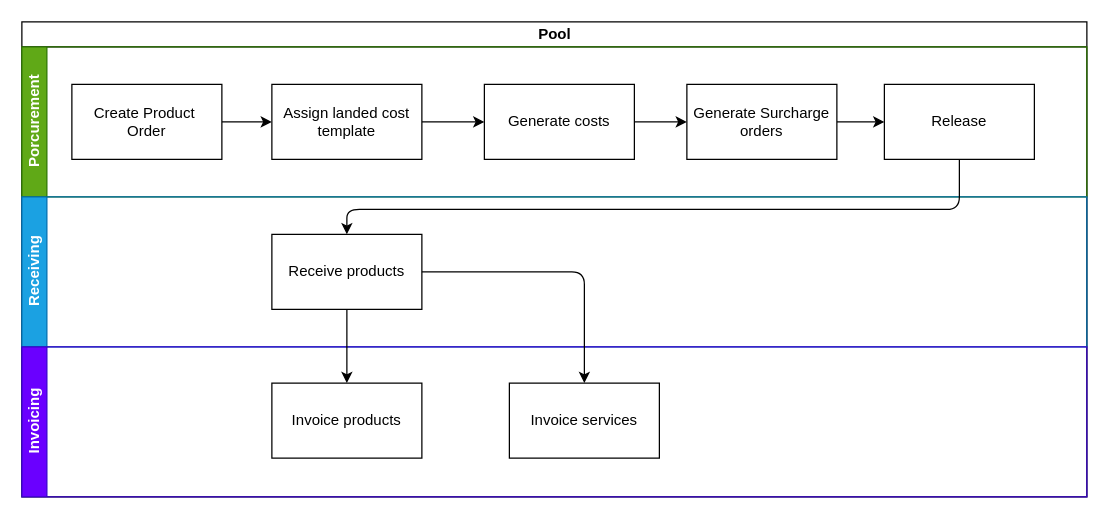
Above: LandedCost/LandedCost.drawio in Braintree-by-Vox/trade_assistant (draw.io), before the change. Source tidied: cells renumbered, new cells numbered last; positions are measured from the earlier drawing's top-left corner, leaving out a move shared by most shapes. Both pictures are drawn from the tidied source at 125%, with x=0, y=0 at pixel (21, 21).
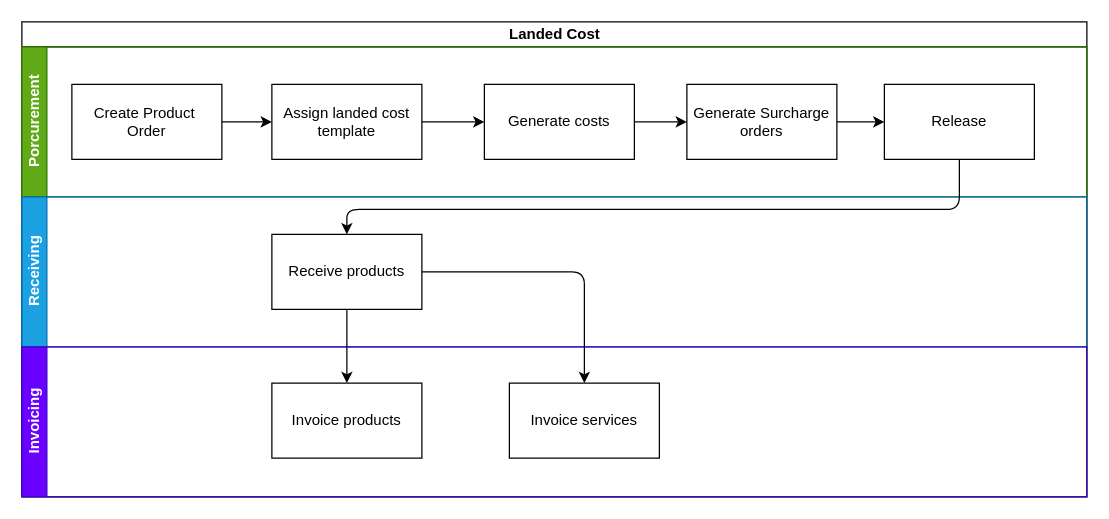
The same page after the edit.

Commit message (it also covers changes not shown here):
update with flow chart

What changed in the source:
```diff
@@
-    <mxCell id="2" value="Pool" style="swimlane;horizontal=1;startSize=20;html=1;swimlaneFillColor=none;" parent="1" vertex="1">
+    <mxCell id="2" value="Landed Cost" style="swimlane;horizontal=1;startSize=20;html=1;swimlaneFillColor=none;" parent="1" vertex="1">
       <mxGeometry width="852" height="380" as="geometry" />
     </mxCell>
```
